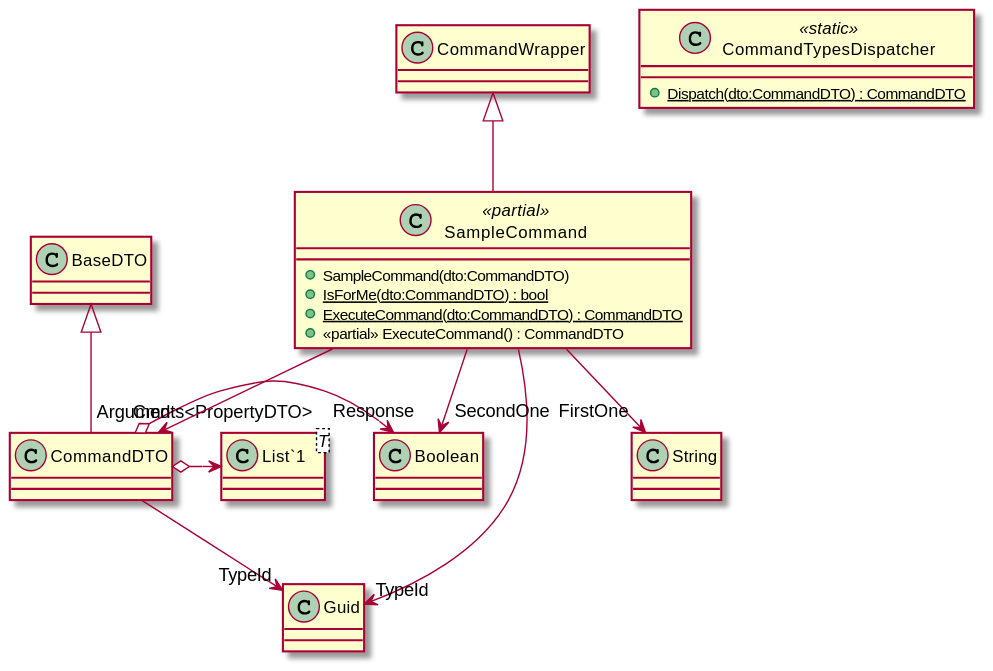
kokolorix/wEBcMD keeps this PlantUML diagram as wEBcMD/Doc/Types/cs/CommandTypes.svg. Above is the earlier version.
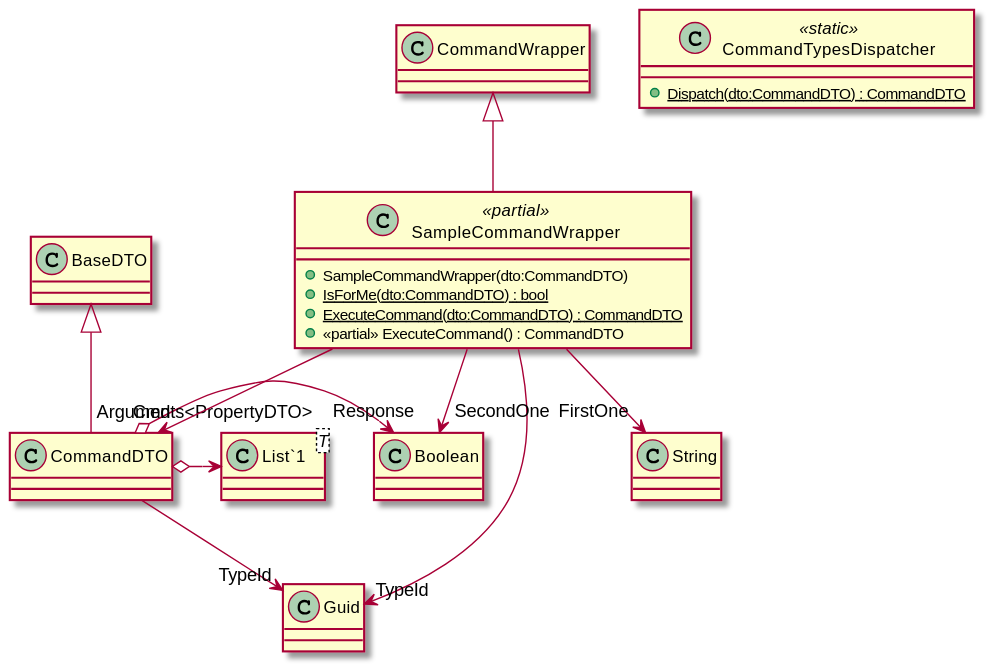
Above is the later version.

Change to the diagram source:
```diff
@@ -1,8 +1,8 @@
 @startuml
 class CommandDTO {
 }
-class SampleCommand <<partial>> {
-    + SampleCommand(dto:CommandDTO)
+class SampleCommandWrapper <<partial>> {
+    + SampleCommandWrapper(dto:CommandDTO)
     + {static} IsForMe(dto:CommandDTO) : bool
     + {static} ExecuteCommand(dto:CommandDTO) : CommandDTO
     + <<partial>> ExecuteCommand() : CommandDTO
@@ -16,9 +16,9 @@
 CommandDTO --> "TypeId" Guid
 CommandDTO o-> "Response" Boolean
 CommandDTO o-> "Arguments<PropertyDTO>" "List`1"
-CommandWrapper <|-- SampleCommand
-SampleCommand --> "TypeId" Guid
-SampleCommand --> "Cmd" CommandDTO
-SampleCommand --> "FirstOne" String
-SampleCommand --> "SecondOne" Boolean
+CommandWrapper <|-- SampleCommandWrapper
+SampleCommandWrapper --> "TypeId" Guid
+SampleCommandWrapper --> "Cmd" CommandDTO
+SampleCommandWrapper --> "FirstOne" String
+SampleCommandWrapper --> "SecondOne" Boolean
 @enduml
```
